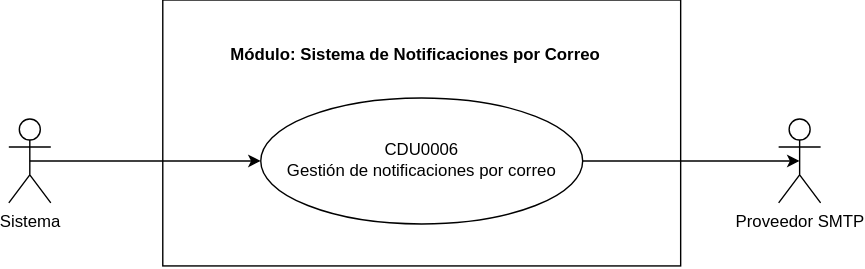
This is Documentacion/CDU/CDU_PrimeraDescomposicion_M6_202307691.drawio.svg from thanya-gate/SA_PROYECTO_202307691, a draw.io export, as it was before one commit. Source tidied: cells renumbered, new cells last; positions are measured from the earlier drawing's top-left corner, leaving out a move shared by most shapes.
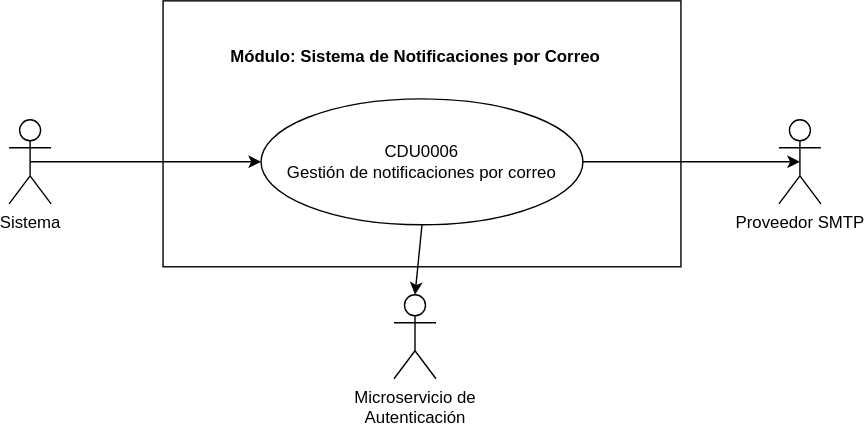
The same file after the commit.

The edit, as a diff of the source:
```diff
@@ -23,5 +23,11 @@
     <mxCell id="8" style="rounded=0;jettySize=auto;html=1;exitX=1;exitY=0.5;exitDx=0;exitDy=0;entryX=0.5;entryY=0.5;entryDx=0;entryDy=0;entryPerimeter=0;" parent="1" edge="1" source="5" target="7">
       <mxGeometry relative="1" as="geometry" />
     </mxCell>
+    <mxCell id="9" value="Microservicio de&lt;div&gt;Autenticación&lt;/div&gt;" style="shape=umlActor;verticalLabelPosition=bottom;verticalAlign=top;html=1;" parent="1" vertex="1">
+      <mxGeometry x="275" y="210" width="30" height="60" as="geometry" />
+    </mxCell>
+    <mxCell id="10" style="rounded=0;jettySize=auto;html=1;exitX=0.5;exitY=1;exitDx=0;exitDy=0;entryX=0.5;entryY=0;entryDx=0;entryDy=0;entryPerimeter=0;" parent="1" edge="1" source="5" target="9">
+      <mxGeometry relative="1" as="geometry" />
+    </mxCell>
   </root>
 </mxGraphModel>
```
